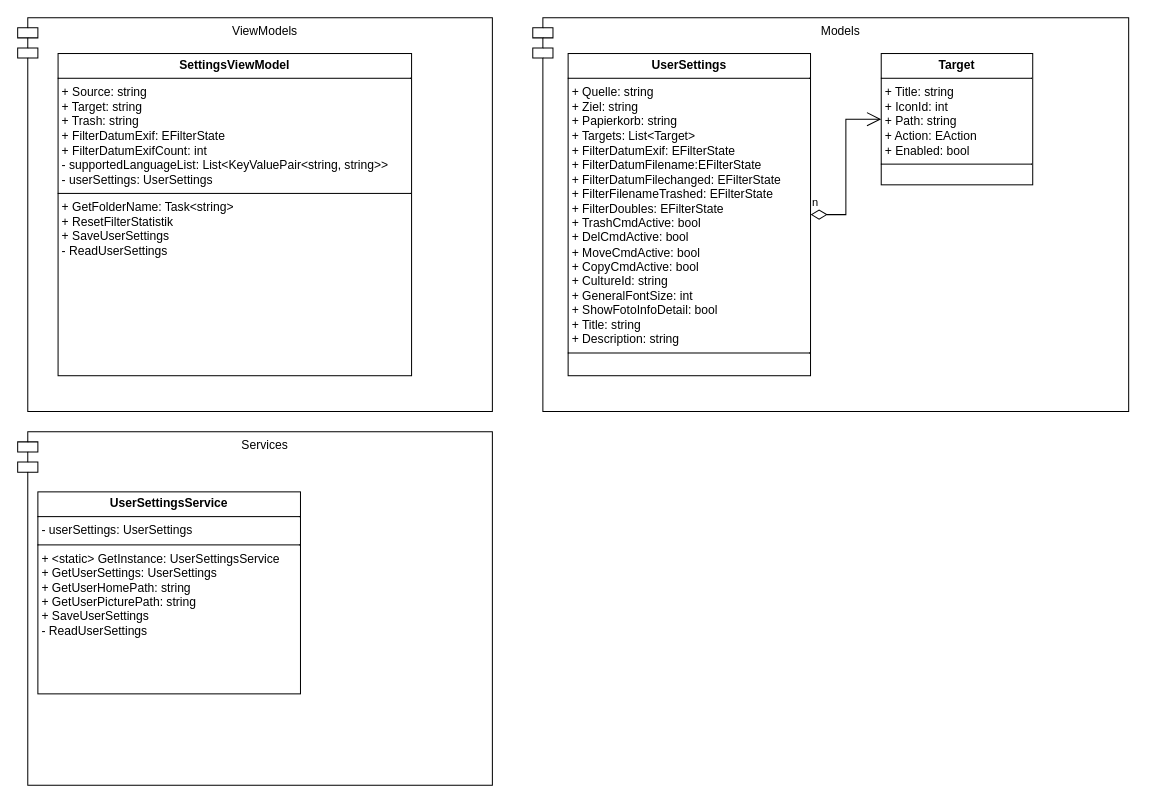
The draw.io diagram page "UserSettings" (4 of 5) of DevDoc/osFotoFix-UML.drawio in OliverSausA/osFotoFix, before the edit. Source tidied: cells renumbered, new cells numbered last; positions are measured from the earlier drawing's top-left corner, leaving out a move shared by most shapes. Both pictures are drawn from the tidied source at 101%, with x=0, y=0 at pixel (17, 17).
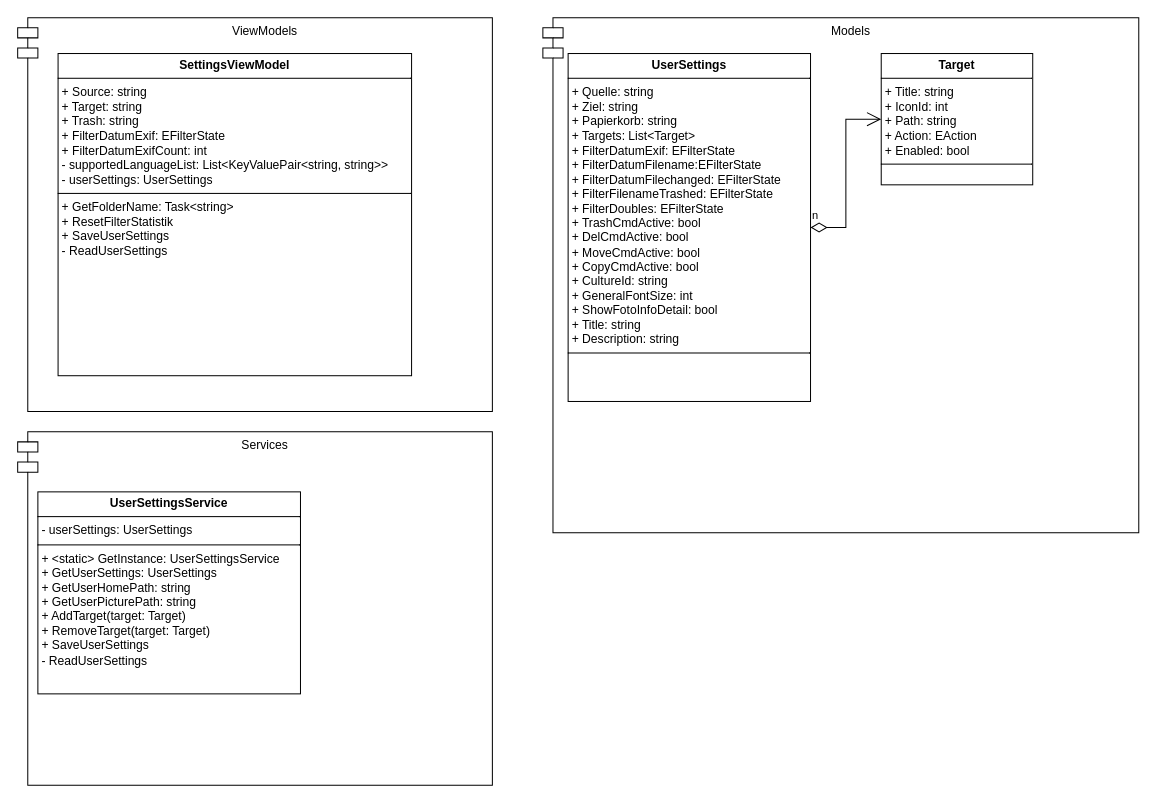
After the change.

What changed in the source:
```diff
@@
 <mxGraphModel>
   <root>
     <mxCell id="0" />
     <mxCell id="1" parent="0" />
     <mxCell id="2" value="Models" style="shape=module;align=left;spacingLeft=20;align=center;verticalAlign=top;whiteSpace=wrap;html=1;" parent="1" vertex="1">
-      <mxGeometry x="510" width="590" height="390" as="geometry" />
+      <mxGeometry x="520" width="590" height="510" as="geometry" />
     </mxCell>
     <mxCell id="3" value="Services" style="shape=module;align=left;spacingLeft=20;align=center;verticalAlign=top;whiteSpace=wrap;html=1;" parent="1" vertex="1">
       <mxGeometry y="410" width="470" height="350" as="geometry" />
     </mxCell>
-    <mxCell id="4" value="&lt;p style=&quot;margin:0px;margin-top:4px;text-align:center;&quot;&gt;&lt;b&gt;UserSettingsService&lt;/b&gt;&lt;/p&gt;&lt;hr size=&quot;1&quot; style=&quot;border-style:solid;&quot;&gt;&lt;p style=&quot;margin:0px;margin-left:4px;&quot;&gt;- userSettings: UserSettings&lt;/p&gt;&lt;hr size=&quot;1&quot; style=&quot;border-style:solid;&quot;&gt;&lt;p style=&quot;margin:0px;margin-left:4px;&quot;&gt;+ &amp;lt;static&amp;gt; GetInstance: UserSettingsService&lt;/p&gt;&lt;p style=&quot;margin:0px;margin-left:4px;&quot;&gt;+ GetUserSettings: UserSettings&lt;/p&gt;&lt;p style=&quot;margin:0px;margin-left:4px;&quot;&gt;+ GetUserHomePath: string&lt;/p&gt;&lt;p style=&quot;margin:0px;margin-left:4px;&quot;&gt;+ GetUserPicturePath: string&lt;/p&gt;&lt;p style=&quot;margin:0px;margin-left:4px;&quot;&gt;&lt;span style=&quot;background-color: initial;&quot;&gt;+&lt;/span&gt;&lt;span style=&quot;background-color: initial;&quot;&gt;&amp;nbsp;SaveUserSettings&lt;/span&gt;&lt;br&gt;&lt;/p&gt;&lt;p style=&quot;margin: 0px 0px 0px 4px;&quot;&gt;- ReadUserSettings&lt;/p&gt;&lt;div&gt;&lt;br&gt;&lt;/div&gt;" style="verticalAlign=top;align=left;overflow=fill;html=1;whiteSpace=wrap;" parent="1" vertex="1">
+    <mxCell id="4" value="&lt;p style=&quot;margin:0px;margin-top:4px;text-align:center;&quot;&gt;&lt;b&gt;UserSettingsService&lt;/b&gt;&lt;/p&gt;&lt;hr size=&quot;1&quot; style=&quot;border-style:solid;&quot;&gt;&lt;p style=&quot;margin:0px;margin-left:4px;&quot;&gt;- userSettings: UserSettings&lt;/p&gt;&lt;hr size=&quot;1&quot; style=&quot;border-style:solid;&quot;&gt;&lt;p style=&quot;margin:0px;margin-left:4px;&quot;&gt;+ &amp;lt;static&amp;gt; GetInstance: UserSettingsService&lt;/p&gt;&lt;p style=&quot;margin:0px;margin-left:4px;&quot;&gt;+ GetUserSettings: UserSettings&lt;/p&gt;&lt;p style=&quot;margin:0px;margin-left:4px;&quot;&gt;+ GetUserHomePath: string&lt;/p&gt;&lt;p style=&quot;margin:0px;margin-left:4px;&quot;&gt;+ GetUserPicturePath: string&lt;/p&gt;&lt;p style=&quot;margin: 0px 0px 0px 4px;&quot;&gt;+ AddTarget(target: Target)&lt;/p&gt;&lt;p style=&quot;margin:0px;margin-left:4px;&quot;&gt;&lt;span style=&quot;background-color: initial;&quot;&gt;+ RemoveTarget(target: Target)&lt;/span&gt;&lt;/p&gt;&lt;p style=&quot;margin:0px;margin-left:4px;&quot;&gt;&lt;span style=&quot;background-color: initial;&quot;&gt;+&lt;/span&gt;&lt;span style=&quot;background-color: initial;&quot;&gt;&amp;nbsp;SaveUserSettings&lt;/span&gt;&lt;br&gt;&lt;/p&gt;&lt;p style=&quot;margin: 0px 0px 0px 4px;&quot;&gt;- ReadUserSettings&lt;/p&gt;&lt;div&gt;&lt;p style=&quot;margin: 0px 0px 0px 4px;&quot;&gt;&lt;br&gt;&lt;/p&gt;&lt;/div&gt;" style="verticalAlign=top;align=left;overflow=fill;html=1;whiteSpace=wrap;" parent="1" vertex="1">
       <mxGeometry x="20" y="469.5" width="260" height="200" as="geometry" />
     </mxCell>
     <mxCell id="5" value="ViewModels" style="shape=module;align=left;spacingLeft=20;align=center;verticalAlign=top;whiteSpace=wrap;html=1;" parent="1" vertex="1">
       <mxGeometry width="470" height="390" as="geometry" />
     </mxCell>
     <mxCell id="6" value="&lt;p style=&quot;margin:0px;margin-top:4px;text-align:center;&quot;&gt;&lt;b&gt;SettingsViewModel&lt;/b&gt;&lt;/p&gt;&lt;hr size=&quot;1&quot; style=&quot;border-style:solid;&quot;&gt;&lt;p style=&quot;margin:0px;margin-left:4px;&quot;&gt;+ Source: string&lt;/p&gt;&lt;p style=&quot;margin:0px;margin-left:4px;&quot;&gt;+ Target: string&lt;/p&gt;&lt;p style=&quot;margin:0px;margin-left:4px;&quot;&gt;+ Trash: string&lt;/p&gt;&lt;p style=&quot;margin:0px;margin-left:4px;&quot;&gt;+ FilterDatumExif: EFilterState&lt;/p&gt;&lt;p style=&quot;margin:0px;margin-left:4px;&quot;&gt;+ FilterDatumExifCount: int&lt;/p&gt;&lt;p style=&quot;margin:0px;margin-left:4px;&quot;&gt;- supportedLanguageList: List&amp;lt;KeyValuePair&amp;lt;string, string&amp;gt;&amp;gt;&lt;/p&gt;&lt;p style=&quot;margin:0px;margin-left:4px;&quot;&gt;- userSettings: UserSettings&lt;/p&gt;&lt;hr size=&quot;1&quot; style=&quot;border-style:solid;&quot;&gt;&lt;p style=&quot;margin:0px;margin-left:4px;&quot;&gt;+ GetFolderName: Task&amp;lt;string&amp;gt;&lt;/p&gt;&lt;p style=&quot;margin:0px;margin-left:4px;&quot;&gt;+ ResetFilterStatistik&lt;/p&gt;&lt;p style=&quot;margin:0px;margin-left:4px;&quot;&gt;&lt;span style=&quot;background-color: initial;&quot;&gt;+&lt;/span&gt;&lt;span style=&quot;background-color: initial;&quot;&gt;&amp;nbsp;SaveUserSettings&lt;/span&gt;&lt;br&gt;&lt;/p&gt;&lt;p style=&quot;margin: 0px 0px 0px 4px;&quot;&gt;- ReadUserSettings&lt;/p&gt;&lt;div&gt;&lt;br&gt;&lt;/div&gt;" style="verticalAlign=top;align=left;overflow=fill;html=1;whiteSpace=wrap;" parent="1" vertex="1">
       <mxGeometry x="40" y="35.5" width="350" height="319" as="geometry" />
     </mxCell>
     <mxCell id="7" value="&lt;p style=&quot;margin:0px;margin-top:4px;text-align:center;&quot;&gt;&lt;b&gt;Target&lt;/b&gt;&lt;/p&gt;&lt;hr size=&quot;1&quot; style=&quot;border-style:solid;&quot;&gt;&lt;p style=&quot;margin:0px;margin-left:4px;&quot;&gt;+ Title: string&lt;/p&gt;&lt;p style=&quot;margin:0px;margin-left:4px;&quot;&gt;+ IconId: int&lt;/p&gt;&lt;p style=&quot;margin:0px;margin-left:4px;&quot;&gt;+ Path: string&lt;/p&gt;&lt;p style=&quot;margin:0px;margin-left:4px;&quot;&gt;+ Action: EAction&lt;/p&gt;&lt;p style=&quot;margin:0px;margin-left:4px;&quot;&gt;+ Enabled: bool&lt;/p&gt;&lt;hr size=&quot;1&quot; style=&quot;border-style:solid;&quot;&gt;&lt;p style=&quot;margin:0px;margin-left:4px;&quot;&gt;&lt;br&gt;&lt;/p&gt;" style="verticalAlign=top;align=left;overflow=fill;html=1;whiteSpace=wrap;" parent="1" vertex="1">
       <mxGeometry x="855" y="35.5" width="150" height="130" as="geometry" />
     </mxCell>
     <mxCell id="8" value="&lt;p style=&quot;margin:0px;margin-top:4px;text-align:center;&quot;&gt;&lt;b&gt;UserSettings&lt;/b&gt;&lt;/p&gt;&lt;hr size=&quot;1&quot; style=&quot;border-style:solid;&quot;&gt;&lt;p style=&quot;margin:0px;margin-left:4px;&quot;&gt;+ Quelle: string&lt;/p&gt;&lt;p style=&quot;margin:0px;margin-left:4px;&quot;&gt;+ Ziel: string&lt;br&gt;&lt;/p&gt;&lt;p style=&quot;margin:0px;margin-left:4px;&quot;&gt;+ Papierkorb: string&lt;/p&gt;&lt;p style=&quot;margin:0px;margin-left:4px;&quot;&gt;+ Targets: List&amp;lt;Target&amp;gt;&lt;/p&gt;&lt;p style=&quot;margin:0px;margin-left:4px;&quot;&gt;+ FilterDatumExif: EFilterState&lt;/p&gt;&lt;p style=&quot;margin:0px;margin-left:4px;&quot;&gt;+ FilterDatumFilename:EFilterState&lt;/p&gt;&lt;p style=&quot;margin:0px;margin-left:4px;&quot;&gt;+ FilterDatumFilechanged: EFilterState&lt;/p&gt;&lt;p style=&quot;margin:0px;margin-left:4px;&quot;&gt;+ FilterFilenameTrashed: EFilterState&lt;/p&gt;&lt;p style=&quot;margin:0px;margin-left:4px;&quot;&gt;+ FilterDoubles: EFilterState&lt;/p&gt;&lt;p style=&quot;margin:0px;margin-left:4px;&quot;&gt;+ TrashCmdActive: bool&lt;/p&gt;&lt;p style=&quot;margin:0px;margin-left:4px;&quot;&gt;+ Del&lt;span style=&quot;background-color: initial;&quot;&gt;CmdActive: bool&lt;/span&gt;&lt;/p&gt;&lt;p style=&quot;margin:0px;margin-left:4px;&quot;&gt;&lt;span style=&quot;background-color: initial;&quot;&gt;+ Move&lt;/span&gt;&lt;span style=&quot;background-color: initial;&quot;&gt;CmdActive: bool&lt;/span&gt;&lt;/p&gt;&lt;p style=&quot;margin:0px;margin-left:4px;&quot;&gt;&lt;span style=&quot;background-color: initial;&quot;&gt;+ Copy&lt;/span&gt;&lt;span style=&quot;background-color: initial;&quot;&gt;CmdActive: bool&lt;/span&gt;&lt;/p&gt;&lt;p style=&quot;margin:0px;margin-left:4px;&quot;&gt;&lt;span style=&quot;background-color: initial;&quot;&gt;+ CultureId: string&lt;/span&gt;&lt;/p&gt;&lt;p style=&quot;margin:0px;margin-left:4px;&quot;&gt;&lt;span style=&quot;background-color: initial;&quot;&gt;+ GeneralFontSize: int&lt;/span&gt;&lt;/p&gt;&lt;p style=&quot;margin:0px;margin-left:4px;&quot;&gt;&lt;span style=&quot;background-color: initial;&quot;&gt;+ ShowFotoInfoDetail: bool&lt;/span&gt;&lt;/p&gt;&lt;p style=&quot;margin:0px;margin-left:4px;&quot;&gt;&lt;span style=&quot;background-color: initial;&quot;&gt;+ Title: string&lt;/span&gt;&lt;/p&gt;&lt;p style=&quot;margin:0px;margin-left:4px;&quot;&gt;&lt;span style=&quot;background-color: initial;&quot;&gt;+ Description: string&lt;/span&gt;&lt;/p&gt;&lt;hr size=&quot;1&quot; style=&quot;border-style:solid;&quot;&gt;&lt;p style=&quot;margin:0px;margin-left:4px;&quot;&gt;&lt;br&gt;&lt;/p&gt;" style="verticalAlign=top;align=left;overflow=fill;html=1;whiteSpace=wrap;" parent="1" vertex="1">
-      <mxGeometry x="545" y="35.5" width="240" height="319" as="geometry" />
+      <mxGeometry x="545" y="35.5" width="240" height="344.5" as="geometry" />
     </mxCell>
     <mxCell id="9" value="n" style="endArrow=open;html=1;endSize=12;startArrow=diamondThin;startSize=14;startFill=0;edgeStyle=orthogonalEdgeStyle;align=left;verticalAlign=bottom;rounded=0;" parent="1" edge="1" source="8" target="7">
       <mxGeometry x="-1" y="3" relative="1" as="geometry" />
     </mxCell>
   </root>
 </mxGraphModel>
```
